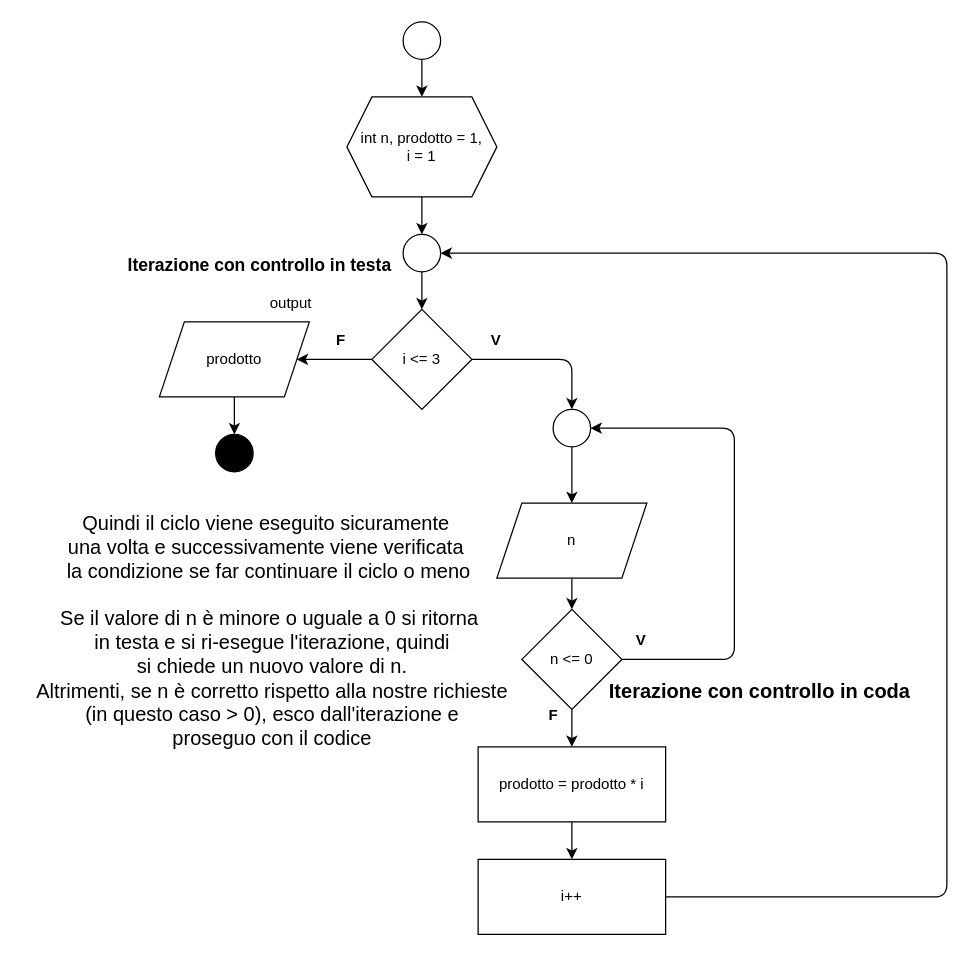
Earlier version of the draw.io diagram AS_2023_2024/2TrED/Teoria/UD_2/Teoria_5.drawio (FrancescoGobbi/Didattica_GalileoGalilei_Ostiglia). Source tidied: cells renumbered, new cells numbered last; positions are measured from the earlier drawing's top-left corner, leaving out a move shared by most shapes. Both pictures are drawn from the tidied source at 125%, with x=0, y=0 at pixel (21, 21).
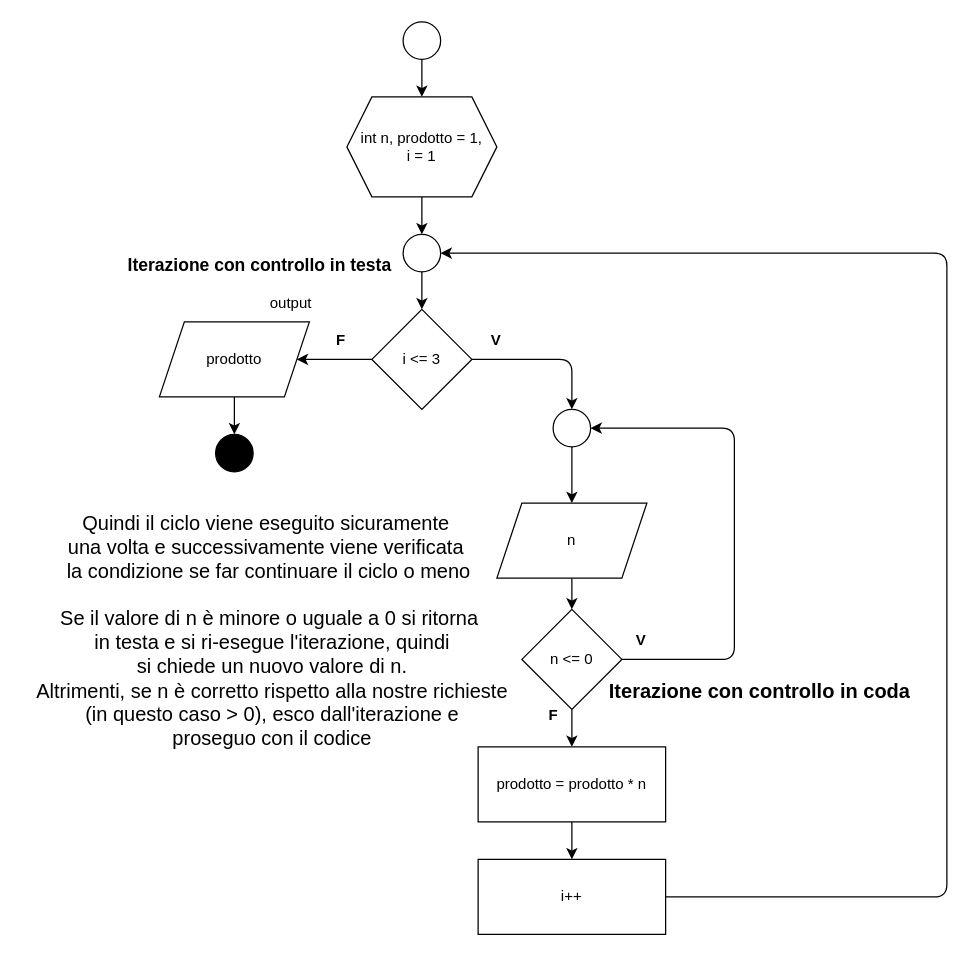
The same page after the edit.

Change to the diagram source:
```diff
@@
-    <mxCell id="21" value="prodotto = prodotto * i" style="rounded=0;whiteSpace=wrap;html=1;" parent="1" vertex="1">
+    <mxCell id="21" value="prodotto = prodotto * n" style="rounded=0;whiteSpace=wrap;html=1;" parent="1" vertex="1">
       <mxGeometry x="365" y="580" width="150" height="60" as="geometry" />
     </mxCell>
```
